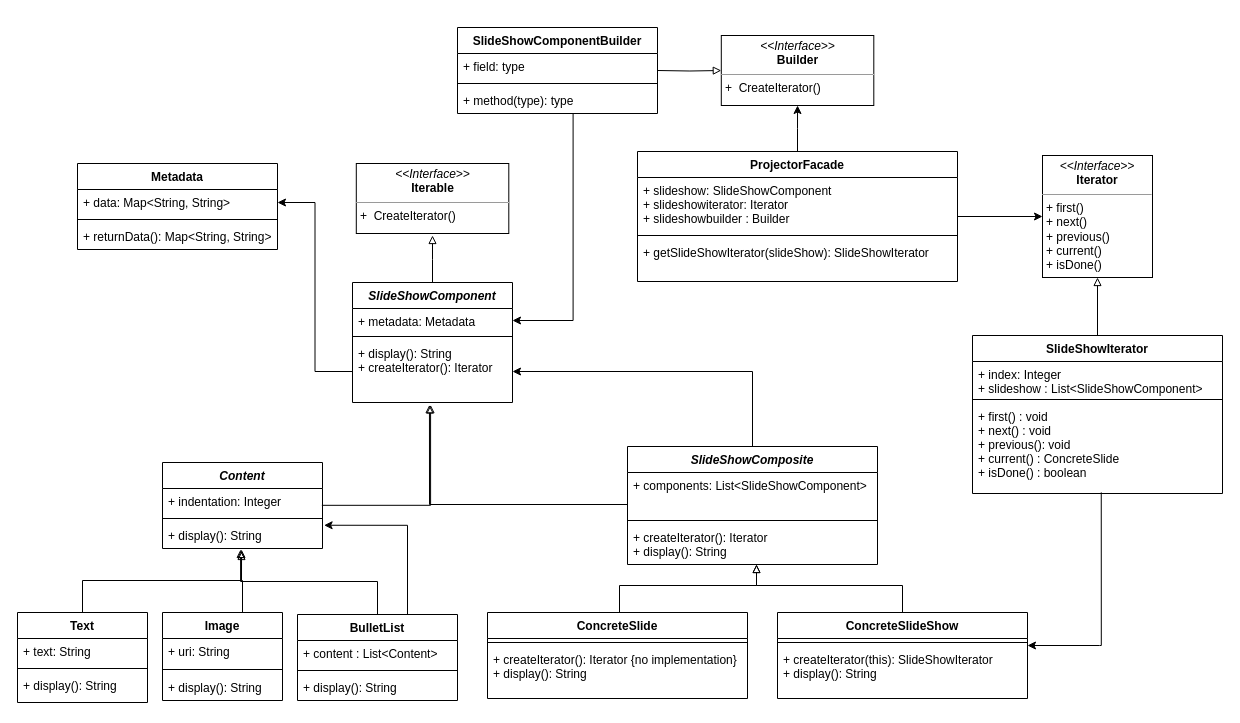
This is Diagrams/DesignModel.drawio from maartendekker1998/OU_jabberpoint, a draw.io file, before an edit. Source tidied: cells renumbered, new cells numbered last; positions are measured from the earlier drawing's top-left corner, leaving out a move shared by most shapes. Both pictures are drawn from the tidied source at 100%, with x=0, y=0 at pixel (17, 27).
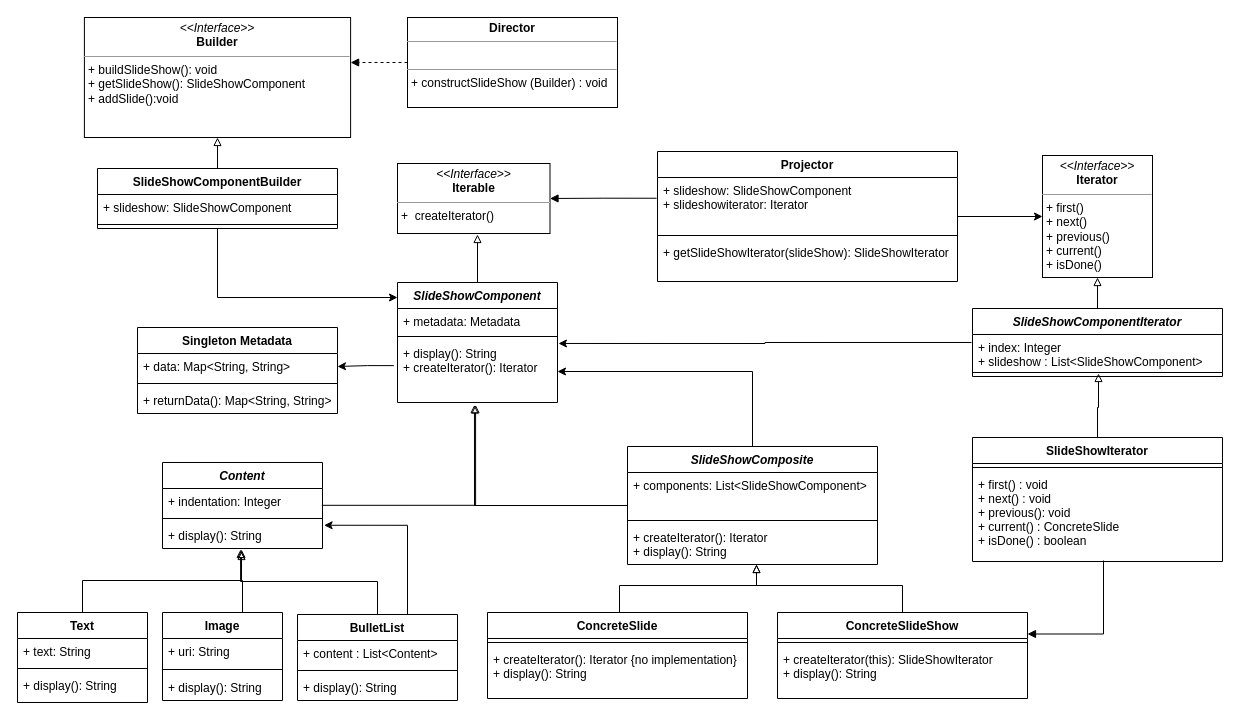
Above is the later version.

Unchanged cells that the change refers to:
```xml
<mxCell id="4" value="+ metadata: Metadata" style="text;strokeColor=none;fillColor=none;align=left;verticalAlign=top;spacingLeft=4;spacingRight=4;overflow=hidden;points=[[0,0.5],[1,0.5]];portConstraint=eastwest;" parent="3" vertex="1">
  <mxGeometry y="26" width="160" height="24" as="geometry" />
</mxCell>
<mxCell id="6" value="+ display(): String&#10;+ createIterator(): Iterator" style="text;strokeColor=none;fillColor=none;align=left;verticalAlign=top;spacingLeft=4;spacingRight=4;overflow=hidden;points=[[0,0.5],[1,0.5]];portConstraint=eastwest;" parent="3" vertex="1">
  <mxGeometry y="58" width="160" height="62" as="geometry" />
</mxCell>
<mxCell id="8" value="+ data: Map&lt;String, String&gt;" style="text;strokeColor=none;fillColor=none;align=left;verticalAlign=top;spacingLeft=4;spacingRight=4;overflow=hidden;points=[[0,0.5],[1,0.5]];portConstraint=eastwest;" parent="7" vertex="1">
  <mxGeometry y="26" width="200" height="26" as="geometry" />
</mxCell>
<mxCell id="35" value="+ indentation: Integer" style="text;strokeColor=none;fillColor=none;align=left;verticalAlign=top;spacingLeft=4;spacingRight=4;overflow=hidden;points=[[0,0.5],[1,0.5]];portConstraint=eastwest;" parent="34" vertex="1">
  <mxGeometry y="26" width="160" height="26" as="geometry" />
</mxCell>
<mxCell id="52" value="+ index: Integer&#10;+ slideshow : List&lt;SlideShowComponent&gt;" style="text;strokeColor=none;fillColor=none;align=left;verticalAlign=top;spacingLeft=4;spacingRight=4;overflow=hidden;points=[[0,0.5],[1,0.5]];portConstraint=eastwest;" parent="51" vertex="1">
  <mxGeometry y="26" width="250" height="34" as="geometry" />
</mxCell>
<mxCell id="53" style="line;strokeWidth=1;fillColor=none;align=left;verticalAlign=middle;spacingTop=-1;spacingLeft=3;spacingRight=3;labelPosition=right;points=[];portConstraint=eastwest;strokeColor=inherit;" parent="51" vertex="1">
  <mxGeometry y="60" width="250" height="8" as="geometry" />
</mxCell>
<mxCell id="56" value="ConcreteSlideShow" style="swimlane;fontStyle=1;align=center;verticalAlign=top;horizontal=1;startSize=26;" parent="1" vertex="1">
  <mxGeometry x="760" y="585" width="250" height="86" as="geometry" />
</mxCell>
```

The edit, as a diff of the source:
```diff
@@
     <mxCell id="2" style="edgeStyle=orthogonalEdgeStyle;rounded=0;jettySize=auto;html=1;startArrow=none;startFill=0;endArrow=block;endFill=0;" parent="1" edge="1" source="3">
       <mxGeometry relative="1" as="geometry">
-        <mxPoint x="415" y="208" as="targetPoint" />
+        <mxPoint x="460" y="207" as="targetPoint" />
       </mxGeometry>
     </mxCell>
     <mxCell id="3" value="SlideShowComponent" style="swimlane;fontStyle=3;align=center;verticalAlign=top;horizontal=1;startSize=26;" parent="1" vertex="1">
-      <mxGeometry x="335" y="255" width="160" height="120" as="geometry" />
+      <mxGeometry x="380" y="255" width="160" height="120" as="geometry" />
     </mxCell>
@@
-    <mxCell id="7" value="Metadata" style="swimlane;fontStyle=1;align=center;verticalAlign=top;horizontal=1;startSize=26;" parent="1" vertex="1">
-      <mxGeometry x="60" y="136" width="200" height="86" as="geometry" />
+    <mxCell id="7" value="Singleton Metadata" style="swimlane;fontStyle=1;align=center;verticalAlign=top;horizontal=1;startSize=26;" parent="1" vertex="1">
+      <mxGeometry x="120" y="300" width="200" height="86" as="geometry" />
     </mxCell>
@@
     <mxCell id="33" style="edgeStyle=orthogonalEdgeStyle;rounded=0;jettySize=auto;html=1;entryX=0.488;entryY=1.038;entryDx=0;entryDy=0;entryPerimeter=0;startArrow=none;startFill=0;endArrow=block;endFill=0;exitX=0.996;exitY=0.647;exitDx=0;exitDy=0;exitPerimeter=0;" parent="1" edge="1" source="35" target="6">
       <mxGeometry relative="1" as="geometry">
         <Array as="points">
-          <mxPoint x="413" y="478" />
+          <mxPoint x="458" y="478" />
         </Array>
       </mxGeometry>
     </mxCell>
@@
-    <mxCell id="43" style="edgeStyle=orthogonalEdgeStyle;rounded=0;jettySize=auto;html=1;entryX=0.5;entryY=1;entryDx=0;entryDy=0;" parent="1" edge="1" source="44" target="61">
-      <mxGeometry relative="1" as="geometry" />
-    </mxCell>
+    <mxCell id="68" style="edgeStyle=orthogonalEdgeStyle;rounded=0;jettySize=auto;html=1;entryX=1;entryY=0.5;entryDx=0;entryDy=0;endArrow=block;endFill=1;exitX=-0.003;exitY=0.384;exitDx=0;exitDy=0;exitPerimeter=0;" parent="1" edge="1" source="45" target="48">
+      <mxGeometry relative="1" as="geometry" />
+    </mxCell>
-    <mxCell id="44" value="ProjectorFacade" style="swimlane;fontStyle=1;align=center;verticalAlign=top;horizontal=1;startSize=26;" parent="1" vertex="1">
-      <mxGeometry x="620" y="124" width="320" height="130" as="geometry" />
+    <mxCell id="44" value="Projector" style="swimlane;fontStyle=1;align=center;verticalAlign=top;horizontal=1;startSize=26;" parent="1" vertex="1">
+      <mxGeometry x="640" y="124" width="300" height="130" as="geometry" />
     </mxCell>
-    <mxCell id="45" value="+ slideshow: SlideShowComponent&#10;+ slideshowiterator: Iterator&#10;+ slideshowbuilder : Builder" style="text;strokeColor=none;fillColor=none;align=left;verticalAlign=top;spacingLeft=4;spacingRight=4;overflow=hidden;points=[[0,0.5],[1,0.5]];portConstraint=eastwest;" parent="44" vertex="1">
-      <mxGeometry y="26" width="320" height="54" as="geometry" />
+    <mxCell id="45" value="+ slideshow: SlideShowComponent&#10;+ slideshowiterator: Iterator&#10;" style="text;strokeColor=none;fillColor=none;align=left;verticalAlign=top;spacingLeft=4;spacingRight=4;overflow=hidden;points=[[0,0.5],[1,0.5]];portConstraint=eastwest;" parent="44" vertex="1">
+      <mxGeometry y="26" width="300" height="54" as="geometry" />
     </mxCell>
     <mxCell id="46" style="line;strokeWidth=1;fillColor=none;align=left;verticalAlign=middle;spacingTop=-1;spacingLeft=3;spacingRight=3;labelPosition=right;strokeColor=inherit;" parent="44" vertex="1">
-      <mxGeometry y="80" width="320" height="8" as="geometry" />
+      <mxGeometry y="80" width="300" height="8" as="geometry" />
     </mxCell>
     <mxCell id="47" value="+ getSlideShowIterator(slideShow): SlideShowIterator" style="text;strokeColor=none;fillColor=none;align=left;verticalAlign=top;spacingLeft=4;spacingRight=4;overflow=hidden;" parent="44" vertex="1">
-      <mxGeometry y="88" width="320" height="42" as="geometry" />
+      <mxGeometry y="88" width="300" height="42" as="geometry" />
     </mxCell>
-    <mxCell id="48" value="&lt;p style=&quot;margin:0px;margin-top:4px;text-align:center;&quot;&gt;&lt;i&gt;&amp;lt;&amp;lt;Interface&amp;gt;&amp;gt;&lt;/i&gt;&lt;br&gt;&lt;b&gt;Iterable&lt;/b&gt;&lt;/p&gt;&lt;hr size=&quot;1&quot;&gt;&lt;p style=&quot;margin:0px;margin-left:4px;&quot;&gt;+&amp;nbsp; CreateIterator()&lt;/p&gt;&lt;p style=&quot;margin:0px;margin-left:4px;&quot;&gt;&lt;br&gt;&lt;/p&gt;" style="verticalAlign=top;align=left;overflow=fill;fontSize=12;fontFamily=Helvetica;html=1;" parent="1" vertex="1">
-      <mxGeometry x="338.8" y="136" width="152.5" height="70" as="geometry" />
+    <mxCell id="48" value="&lt;p style=&quot;margin:0px;margin-top:4px;text-align:center;&quot;&gt;&lt;i&gt;&amp;lt;&amp;lt;Interface&amp;gt;&amp;gt;&lt;/i&gt;&lt;br&gt;&lt;b&gt;Iterable&lt;/b&gt;&lt;/p&gt;&lt;hr size=&quot;1&quot;&gt;&lt;p style=&quot;margin:0px;margin-left:4px;&quot;&gt;+&amp;nbsp; createIterator()&lt;/p&gt;&lt;p style=&quot;margin:0px;margin-left:4px;&quot;&gt;&lt;br&gt;&lt;/p&gt;" style="verticalAlign=top;align=left;overflow=fill;fontSize=12;fontFamily=Helvetica;html=1;" parent="1" vertex="1">
+      <mxGeometry x="380" y="136" width="152.5" height="70" as="geometry" />
     </mxCell>
@@
-    <mxCell id="51" value="SlideShowIterator" style="swimlane;fontStyle=1;align=center;verticalAlign=top;horizontal=1;startSize=26;" parent="1" vertex="1">
-      <mxGeometry x="955" y="308" width="250" height="158" as="geometry" />
+    <mxCell id="51" value="SlideShowComponentIterator" style="swimlane;fontStyle=3;align=center;verticalAlign=top;horizontal=1;startSize=26;" parent="1" vertex="1">
+      <mxGeometry x="955" y="281" width="250" height="68" as="geometry" />
     </mxCell>
@@
-    <mxCell id="54" value="+ first() : void&#10;+ next() : void&#10;+ previous(): void&#10;+ current() : ConcreteSlide&#10;+ isDone() : boolean" style="text;strokeColor=none;fillColor=none;align=left;verticalAlign=top;spacingLeft=4;spacingRight=4;overflow=hidden;points=[[0,0.5],[1,0.5]];portConstraint=eastwest;" parent="51" vertex="1">
-      <mxGeometry y="68" width="250" height="90" as="geometry" />
-    </mxCell>
@@
-    <mxCell id="59" style="edgeStyle=orthogonalEdgeStyle;rounded=0;jettySize=auto;html=1;startArrow=none;startFill=0;endArrow=classic;endFill=1;exitX=0.515;exitY=0.988;exitDx=0;exitDy=0;exitPerimeter=0;" parent="1" edge="1" source="54">
-      <mxGeometry relative="1" as="geometry">
-        <mxPoint x="1010" y="618" as="targetPoint" />
-        <Array as="points">
-          <mxPoint x="1082" y="618" />
-          <mxPoint x="1010" y="618" />
-        </Array>
-      </mxGeometry>
-    </mxCell>
-    <mxCell id="60" style="edgeStyle=orthogonalEdgeStyle;rounded=0;jettySize=auto;html=1;entryX=1;entryY=0.5;entryDx=0;entryDy=0;" parent="1" edge="1" source="6" target="8">
+    <mxCell id="60" style="edgeStyle=orthogonalEdgeStyle;rounded=0;jettySize=auto;html=1;entryX=1;entryY=0.5;entryDx=0;entryDy=0;exitX=-0.023;exitY=0.405;exitDx=0;exitDy=0;exitPerimeter=0;" parent="1" edge="1" source="6" target="8">
       <mxGeometry relative="1" as="geometry" />
     </mxCell>
-    <mxCell id="61" value="&lt;p style=&quot;margin:0px;margin-top:4px;text-align:center;&quot;&gt;&lt;i&gt;&amp;lt;&amp;lt;Interface&amp;gt;&amp;gt;&lt;/i&gt;&lt;br&gt;&lt;b&gt;Builder&lt;/b&gt;&lt;/p&gt;&lt;hr size=&quot;1&quot;&gt;&lt;p style=&quot;margin:0px;margin-left:4px;&quot;&gt;+&amp;nbsp; CreateIterator()&lt;/p&gt;&lt;p style=&quot;margin:0px;margin-left:4px;&quot;&gt;&lt;br&gt;&lt;/p&gt;" style="verticalAlign=top;align=left;overflow=fill;fontSize=12;fontFamily=Helvetica;html=1;" parent="1" vertex="1">
-      <mxGeometry x="703.8" y="8" width="152.5" height="70" as="geometry" />
+    <mxCell id="61" value="&lt;p style=&quot;margin:0px;margin-top:4px;text-align:center;&quot;&gt;&lt;i&gt;&amp;lt;&amp;lt;Interface&amp;gt;&amp;gt;&lt;/i&gt;&lt;br&gt;&lt;b&gt;Builder&lt;/b&gt;&lt;/p&gt;&lt;hr size=&quot;1&quot;&gt;&lt;p style=&quot;margin:0px;margin-left:4px;&quot;&gt;+ buildSlideShow(): void&lt;br style=&quot;padding: 0px; margin: 0px;&quot;&gt;+ getSlideShow(): SlideShowComponent&lt;br&gt;&lt;/p&gt;&lt;p style=&quot;margin:0px;margin-left:4px;&quot;&gt;&lt;span style=&quot;background-color: initial;&quot;&gt;+ addSlide():void&lt;/span&gt;&lt;br&gt;&lt;/p&gt;&lt;p style=&quot;margin:0px;margin-left:4px;&quot;&gt;&lt;br&gt;&lt;/p&gt;" style="verticalAlign=top;align=left;overflow=fill;fontSize=12;fontFamily=Helvetica;html=1;" parent="1" vertex="1">
+      <mxGeometry x="66.9" y="-10" width="266.2" height="120" as="geometry" />
     </mxCell>
-    <mxCell id="62" style="edgeStyle=orthogonalEdgeStyle;rounded=0;jettySize=auto;html=1;entryX=0;entryY=0.5;entryDx=0;entryDy=0;endArrow=block;endFill=0;" parent="1" edge="1" target="61">
-      <mxGeometry relative="1" as="geometry">
-        <mxPoint x="640" y="43" as="sourcePoint" />
-      </mxGeometry>
+    <mxCell id="62" style="edgeStyle=orthogonalEdgeStyle;rounded=0;jettySize=auto;html=1;entryX=0.5;entryY=1;entryDx=0;entryDy=0;endArrow=block;endFill=0;exitX=0.5;exitY=0;exitDx=0;exitDy=0;" parent="1" edge="1" source="63" target="61">
+      <mxGeometry relative="1" as="geometry" />
     </mxCell>
     <mxCell id="63" value="SlideShowComponentBuilder" style="swimlane;fontStyle=1;align=center;verticalAlign=top;horizontal=1;startSize=26;" parent="1" vertex="1">
-      <mxGeometry x="440" width="200" height="86" as="geometry" />
+      <mxGeometry x="80" y="141" width="240" height="60" as="geometry" />
     </mxCell>
-    <mxCell id="64" value="+ field: type" style="text;strokeColor=none;fillColor=none;align=left;verticalAlign=top;spacingLeft=4;spacingRight=4;overflow=hidden;" parent="63" vertex="1">
-      <mxGeometry y="26" width="200" height="26" as="geometry" />
+    <mxCell id="64" value="+ slideshow: SlideShowComponent" style="text;strokeColor=none;fillColor=none;align=left;verticalAlign=top;spacingLeft=4;spacingRight=4;overflow=hidden;" parent="63" vertex="1">
+      <mxGeometry y="26" width="240" height="26" as="geometry" />
     </mxCell>
     <mxCell id="65" style="line;strokeWidth=1;fillColor=none;align=left;verticalAlign=middle;spacingTop=-1;spacingLeft=3;spacingRight=3;labelPosition=right;strokeColor=inherit;" parent="63" vertex="1">
-      <mxGeometry y="52" width="200" height="8" as="geometry" />
+      <mxGeometry y="52" width="240" height="8" as="geometry" />
     </mxCell>
-    <mxCell id="66" value="+ method(type): type" style="text;strokeColor=none;fillColor=none;align=left;verticalAlign=top;spacingLeft=4;spacingRight=4;overflow=hidden;points=[[0,0.5],[1,0.5]];portConstraint=eastwest;" parent="63" vertex="1">
-      <mxGeometry y="60" width="200" height="26" as="geometry" />
-    </mxCell>
-    <mxCell id="67" style="edgeStyle=orthogonalEdgeStyle;rounded=0;jettySize=auto;html=1;entryX=0.578;entryY=1.011;entryDx=0;entryDy=0;entryPerimeter=0;endArrow=none;endFill=0;startArrow=classic;startFill=1;" parent="1" edge="1" source="4" target="66">
-      <mxGeometry relative="1" as="geometry" />
+    <mxCell id="67" style="edgeStyle=orthogonalEdgeStyle;rounded=0;jettySize=auto;html=1;endArrow=none;endFill=0;startArrow=classic;startFill=1;entryX=0.5;entryY=1;entryDx=0;entryDy=0;" parent="1" edge="1" target="63">
+      <mxGeometry relative="1" as="geometry">
+        <mxPoint x="380" y="270" as="sourcePoint" />
+        <Array as="points">
+          <mxPoint x="376" y="270" />
+          <mxPoint x="200" y="270" />
+        </Array>
+      </mxGeometry>
     </mxCell>
+    <mxCell id="69" style="edgeStyle=orthogonalEdgeStyle;rounded=0;jettySize=auto;html=1;entryX=0.504;entryY=0.625;entryDx=0;entryDy=0;entryPerimeter=0;endArrow=block;endFill=0;exitX=0.5;exitY=0;exitDx=0;exitDy=0;" parent="1" edge="1" source="70" target="53">
+      <mxGeometry relative="1" as="geometry">
+        <Array as="points">
+          <mxPoint x="1080" y="380" />
+          <mxPoint x="1081" y="380" />
+        </Array>
+      </mxGeometry>
+    </mxCell>
+    <mxCell id="70" value="SlideShowIterator" style="swimlane;fontStyle=1;align=center;verticalAlign=top;horizontal=1;startSize=26;" parent="1" vertex="1">
+      <mxGeometry x="955" y="410" width="250" height="124" as="geometry" />
+    </mxCell>
+    <mxCell id="71" style="line;strokeWidth=1;fillColor=none;align=left;verticalAlign=middle;spacingTop=-1;spacingLeft=3;spacingRight=3;labelPosition=right;strokeColor=inherit;" parent="70" vertex="1">
+      <mxGeometry y="26" width="250" height="8" as="geometry" />
+    </mxCell>
+    <mxCell id="54" value="+ first() : void&#10;+ next() : void&#10;+ previous(): void&#10;+ current() : ConcreteSlide&#10;+ isDone() : boolean" style="text;strokeColor=none;fillColor=none;align=left;verticalAlign=top;spacingLeft=4;spacingRight=4;overflow=hidden;points=[[0,0.5],[1,0.5]];portConstraint=eastwest;" parent="70" vertex="1">
+      <mxGeometry y="34" width="250" height="90" as="geometry" />
+    </mxCell>
+    <mxCell id="72" style="edgeStyle=orthogonalEdgeStyle;rounded=0;jettySize=auto;html=1;entryX=1;entryY=0.25;entryDx=0;entryDy=0;endArrow=block;endFill=1;exitX=0.524;exitY=0.989;exitDx=0;exitDy=0;exitPerimeter=0;" parent="1" edge="1" source="54" target="56">
+      <mxGeometry relative="1" as="geometry" />
+    </mxCell>
+    <mxCell id="73" style="edgeStyle=orthogonalEdgeStyle;rounded=0;jettySize=auto;html=1;startArrow=none;startFill=0;endArrow=classic;endFill=1;entryX=1.006;entryY=0.048;entryDx=0;entryDy=0;entryPerimeter=0;exitX=-0.004;exitY=0.235;exitDx=0;exitDy=0;exitPerimeter=0;" parent="1" edge="1" source="52" target="6">
+      <mxGeometry relative="1" as="geometry" />
+    </mxCell>
+    <mxCell id="74" style="edgeStyle=orthogonalEdgeStyle;rounded=0;jettySize=auto;html=1;entryX=1;entryY=0.375;entryDx=0;entryDy=0;entryPerimeter=0;dashed=1;endArrow=block;endFill=1;" parent="1" edge="1" source="75" target="61">
+      <mxGeometry relative="1" as="geometry" />
+    </mxCell>
+    <mxCell id="75" value="&lt;p style=&quot;margin:0px;margin-top:4px;text-align:center;&quot;&gt;&lt;b&gt;Director&lt;/b&gt;&lt;/p&gt;&lt;hr size=&quot;1&quot;&gt;&lt;p style=&quot;margin:0px;margin-left:4px;&quot;&gt;&lt;br&gt;&lt;/p&gt;&lt;hr size=&quot;1&quot;&gt;&lt;p style=&quot;margin:0px;margin-left:4px;&quot;&gt;+ constructSlideShow (Builder) : void&lt;/p&gt;&lt;p style=&quot;margin:0px;margin-left:4px;&quot;&gt;&lt;br&gt;&lt;/p&gt;" style="verticalAlign=top;align=left;overflow=fill;fontSize=12;fontFamily=Helvetica;html=1;" parent="1" vertex="1">
+      <mxGeometry x="390" y="-10" width="210" height="90" as="geometry" />
+    </mxCell>
```
